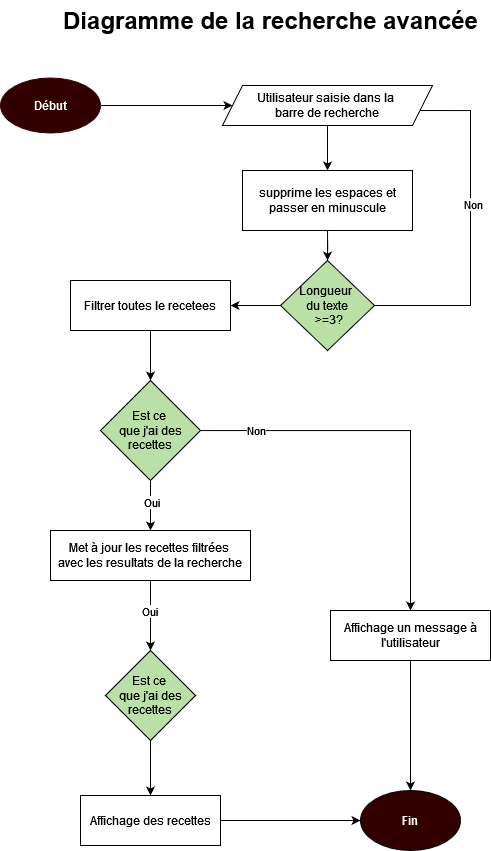
Above: Diagramme_de_la_recherche_avancee.drawio.png in samamrani/les_petits_plats-Projet-7 (draw.io), before the change. Source tidied: cells renumbered, new cells last; positions are measured from the earlier drawing's top-left corner, leaving out a move shared by most shapes.
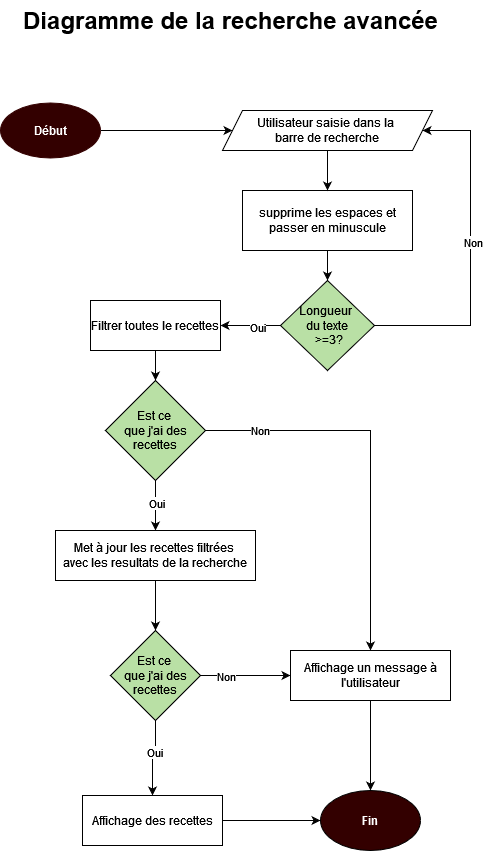
Above is the later version.

Diff of the diagram source:
```diff
@@ -6,14 +6,13 @@
       <mxGeometry relative="1" as="geometry" />
     </mxCell>
     <mxCell id="3" value="&lt;b&gt;&lt;font color=&quot;#ffffff&quot;&gt;Début&lt;/font&gt;&lt;/b&gt;" style="ellipse;whiteSpace=wrap;html=1;strokeColor=#330000;fillColor=#330000;" parent="1" vertex="1">
-      <mxGeometry y="77.5" width="100" height="55" as="geometry" />
+      <mxGeometry x="40" y="102.5" width="100" height="55" as="geometry" />
     </mxCell>
-    <mxCell id="4" style="edgeStyle=orthogonalEdgeStyle;rounded=0;jettySize=auto;html=1;entryX=1;entryY=0.5;entryDx=0;entryDy=0;" parent="1" edge="1" source="7">
+    <mxCell id="4" style="edgeStyle=orthogonalEdgeStyle;rounded=0;jettySize=auto;html=1;entryX=1;entryY=0.5;entryDx=0;entryDy=0;" parent="1" edge="1" source="7" target="29">
       <mxGeometry relative="1" as="geometry">
-        <mxPoint x="388" y="110" as="targetPoint" />
         <Array as="points">
-          <mxPoint x="470" y="305" />
-          <mxPoint x="470" y="110" />
+          <mxPoint x="510" y="325" />
+          <mxPoint x="510" y="130" />
         </Array>
       </mxGeometry>
     </mxCell>
@@ -23,14 +22,17 @@
     <mxCell id="6" style="edgeStyle=orthogonalEdgeStyle;rounded=0;jettySize=auto;html=1;" parent="1" edge="1" source="7" target="21">
       <mxGeometry relative="1" as="geometry" />
     </mxCell>
+    <mxCell id="30" value="Oui" style="edgeLabel;html=1;align=center;verticalAlign=middle;" parent="6" vertex="1">
+      <mxGeometry x="-0.2" y="1" relative="1" as="geometry" />
+    </mxCell>
     <mxCell id="7" value="&lt;div&gt;Longueur&amp;nbsp;&lt;/div&gt;&lt;div&gt;du texte&lt;/div&gt;&lt;div&gt;&amp;nbsp;&amp;gt;=3?&lt;/div&gt;" style="rhombus;whiteSpace=wrap;html=1;fillColor=#B9E0A5;" parent="1" vertex="1">
-      <mxGeometry x="280" y="260" width="94" height="90" as="geometry" />
+      <mxGeometry x="320" y="280" width="94" height="90" as="geometry" />
     </mxCell>
     <mxCell id="8" style="edgeStyle=orthogonalEdgeStyle;rounded=0;jettySize=auto;html=1;" parent="1" edge="1" source="9" target="7">
       <mxGeometry relative="1" as="geometry" />
     </mxCell>
     <mxCell id="9" value="supprime les espaces et passer en minuscule" style="rounded=0;whiteSpace=wrap;html=1;" parent="1" vertex="1">
-      <mxGeometry x="242" y="170" width="170" height="60" as="geometry" />
+      <mxGeometry x="282" y="190" width="170" height="60" as="geometry" />
     </mxCell>
     <mxCell id="10" style="edgeStyle=orthogonalEdgeStyle;rounded=0;jettySize=auto;html=1;" parent="1" edge="1" source="14" target="17">
       <mxGeometry relative="1" as="geometry" />
@@ -45,16 +47,13 @@
       <mxGeometry x="-0.72" y="1" relative="1" as="geometry" />
     </mxCell>
     <mxCell id="14" value="&lt;div&gt;Est ce&amp;nbsp;&lt;/div&gt;&lt;div&gt;que j'ai des recettes&lt;/div&gt;" style="rhombus;whiteSpace=wrap;html=1;fillColor=#B9E0A5;" parent="1" vertex="1">
-      <mxGeometry x="100" y="380" width="100" height="100" as="geometry" />
+      <mxGeometry x="145" y="380" width="100" height="100" as="geometry" />
     </mxCell>
     <mxCell id="15" style="edgeStyle=orthogonalEdgeStyle;rounded=0;jettySize=auto;html=1;" parent="1" edge="1" source="17" target="23">
       <mxGeometry relative="1" as="geometry" />
     </mxCell>
-    <mxCell id="16" value="Oui" style="edgeLabel;html=1;align=center;verticalAlign=middle;" parent="15" vertex="1">
-      <mxGeometry x="-0.13" y="-2" relative="1" as="geometry" />
-    </mxCell>
     <mxCell id="17" value="&lt;div&gt;Met à jour les recettes filtrées&amp;nbsp;&lt;/div&gt;&lt;div&gt;avec les resultats de la recherche&lt;/div&gt;" style="rounded=0;whiteSpace=wrap;html=1;" parent="1" vertex="1">
-      <mxGeometry x="50" y="530" width="200" height="50" as="geometry" />
+      <mxGeometry x="95" y="530" width="200" height="50" as="geometry" />
     </mxCell>
     <mxCell id="18" value="&lt;b&gt;&lt;font color=&quot;#ffffff&quot;&gt;Fin&lt;/font&gt;&lt;/b&gt;" style="ellipse;whiteSpace=wrap;html=1;fillColor=#330000;" parent="1" vertex="1">
       <mxGeometry x="360" y="790" width="100" height="60" as="geometry" />
@@ -65,32 +64,41 @@
     <mxCell id="20" style="edgeStyle=orthogonalEdgeStyle;rounded=0;jettySize=auto;html=1;" parent="1" edge="1" source="21" target="14">
       <mxGeometry relative="1" as="geometry" />
     </mxCell>
-    <mxCell id="21" value="Filtrer toutes le recetees" style="rounded=0;whiteSpace=wrap;html=1;" parent="1" vertex="1">
-      <mxGeometry x="70" y="280" width="160" height="50" as="geometry" />
+    <mxCell id="21" value="Filtrer toutes le recettes" style="rounded=0;whiteSpace=wrap;html=1;" parent="1" vertex="1">
+      <mxGeometry x="130" y="300" width="130" height="50" as="geometry" />
     </mxCell>
+    <mxCell id="31" style="edgeStyle=orthogonalEdgeStyle;rounded=0;jettySize=auto;html=1;" parent="1" edge="1" source="23" target="27">
+      <mxGeometry relative="1" as="geometry" />
+    </mxCell>
+    <mxCell id="32" value="Non" style="edgeLabel;html=1;align=center;verticalAlign=middle;" parent="31" vertex="1">
+      <mxGeometry x="-0.45" relative="1" as="geometry" />
+    </mxCell>
     <mxCell id="22" style="edgeStyle=orthogonalEdgeStyle;rounded=0;jettySize=auto;html=1;" parent="1" edge="1" source="23" target="25">
       <mxGeometry relative="1" as="geometry" />
     </mxCell>
+    <mxCell id="33" value="Oui" style="edgeLabel;html=1;align=center;verticalAlign=middle;" parent="22" vertex="1">
+      <mxGeometry x="-0.2" y="-2" relative="1" as="geometry" />
+    </mxCell>
     <mxCell id="23" value="&lt;div&gt;Est ce&amp;nbsp;&lt;/div&gt;&lt;div&gt;que j'ai des recettes&lt;/div&gt;" style="rhombus;whiteSpace=wrap;html=1;fillColor=#B9E0A5;" parent="1" vertex="1">
-      <mxGeometry x="105" y="650" width="90" height="90" as="geometry" />
+      <mxGeometry x="150" y="630" width="90" height="90" as="geometry" />
     </mxCell>
     <mxCell id="24" style="edgeStyle=orthogonalEdgeStyle;rounded=0;jettySize=auto;html=1;" parent="1" edge="1" source="25" target="18">
       <mxGeometry relative="1" as="geometry" />
     </mxCell>
     <mxCell id="25" value="Affichage des recettes" style="rounded=0;whiteSpace=wrap;html=1;" parent="1" vertex="1">
-      <mxGeometry x="80" y="795" width="140" height="50" as="geometry" />
+      <mxGeometry x="122" y="795" width="140" height="50" as="geometry" />
     </mxCell>
     <mxCell id="26" style="edgeStyle=orthogonalEdgeStyle;rounded=0;jettySize=auto;html=1;" parent="1" edge="1" source="27" target="18">
       <mxGeometry relative="1" as="geometry" />
     </mxCell>
     <mxCell id="27" value="Affichage un message à l'utilisateur" style="rounded=0;whiteSpace=wrap;html=1;" parent="1" vertex="1">
-      <mxGeometry x="330" y="610" width="160" height="50" as="geometry" />
+      <mxGeometry x="330" y="650" width="160" height="50" as="geometry" />
     </mxCell>
     <mxCell id="28" style="edgeStyle=orthogonalEdgeStyle;rounded=0;jettySize=auto;html=1;" parent="1" edge="1" source="29" target="9">
       <mxGeometry relative="1" as="geometry" />
     </mxCell>
     <mxCell id="29" value="&lt;div&gt;Utilisateur saisie dans la&amp;nbsp;&lt;/div&gt;&lt;div&gt;barre de recherche&lt;/div&gt;" style="shape=parallelogram;perimeter=parallelogramPerimeter;whiteSpace=wrap;html=1;fixedSize=1;" parent="1" vertex="1">
-      <mxGeometry x="222" y="85" width="210" height="40" as="geometry" />
+      <mxGeometry x="262" y="110" width="210" height="40" as="geometry" />
     </mxCell>
   </root>
 </mxGraphModel>
```
